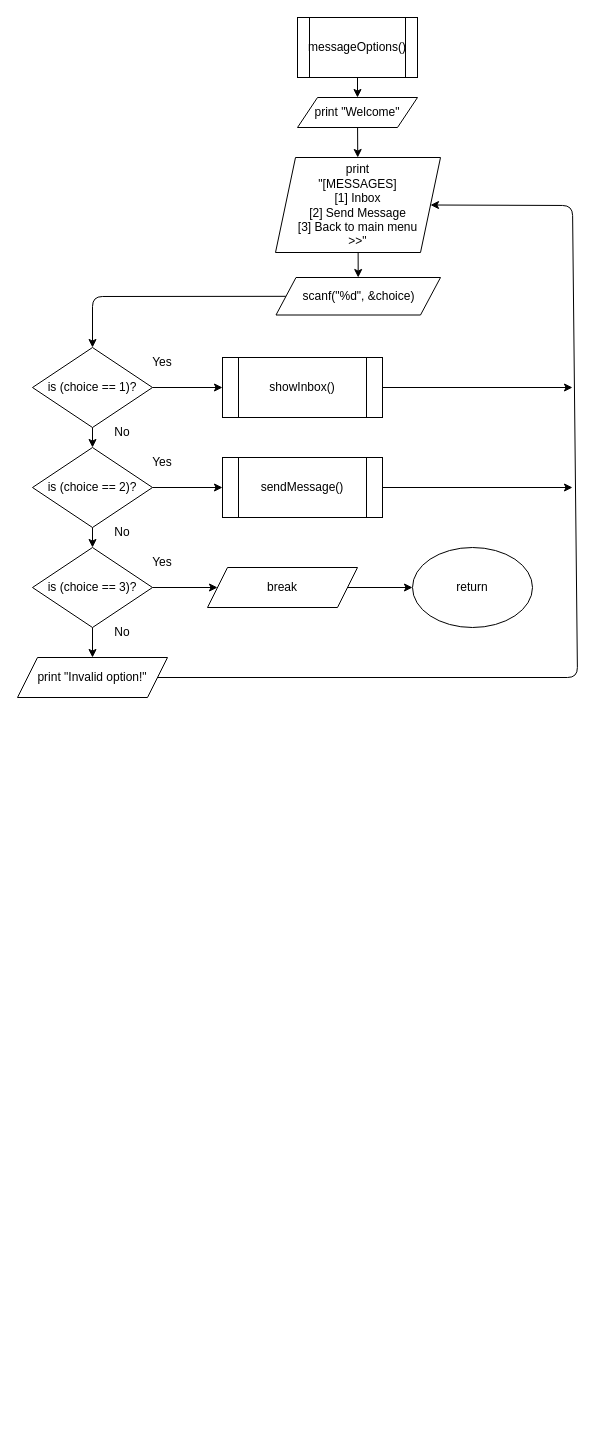
This is page "Messaging Options" (5 of 5) of Orgranization Management/functions_flowchart.drawio from gelooooo-git/CMSC-18-Final-Project, a draw.io file, before an edit. Source tidied: cells renumbered, new cells numbered last; positions are measured from the earlier drawing's top-left corner, leaving out a move shared by most shapes. Both pictures are drawn from the tidied source at 100%, with x=0, y=0 at pixel (17, 17).
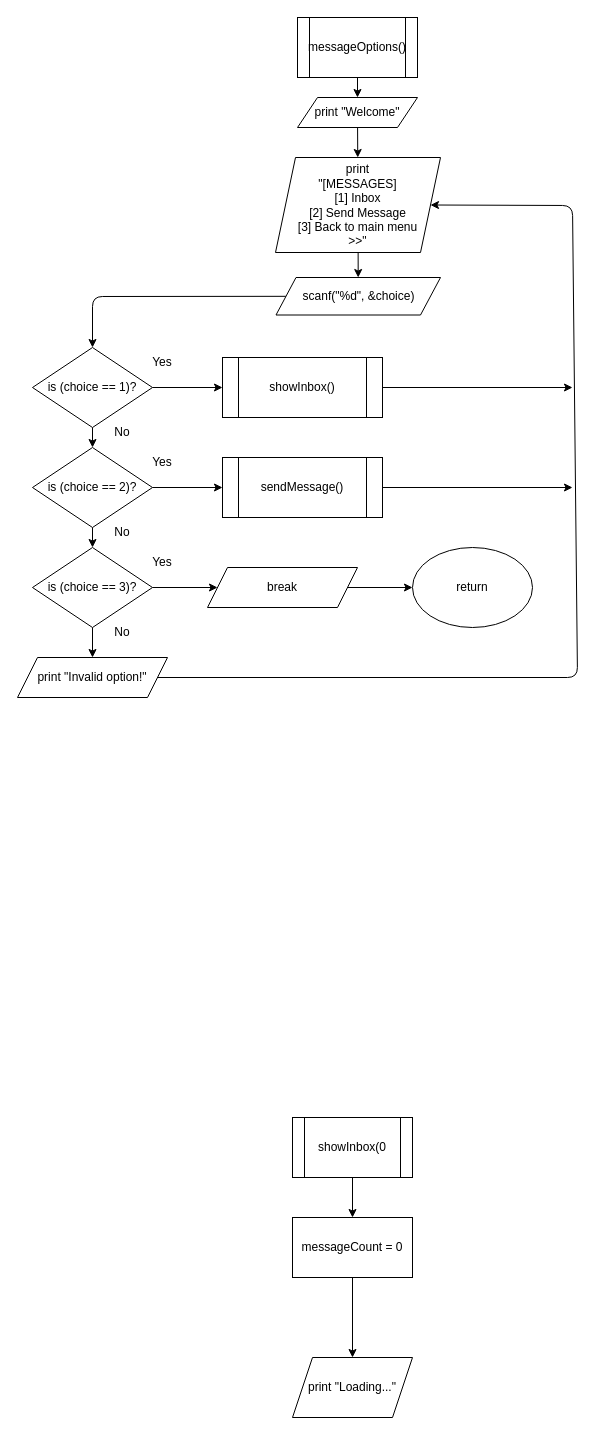
After the change.

The edit, as a diff of the source:
```diff
@@
+    <mxCell id="34" style="edgeStyle=none;html=1;" parent="1" edge="1" source="35" target="37">
+      <mxGeometry relative="1" as="geometry" />
+    </mxCell>
+    <mxCell id="35" value="showInbox(0" style="shape=process;whiteSpace=wrap;html=1;backgroundOutline=1;" parent="1" vertex="1">
+      <mxGeometry x="275" y="1100" width="120" height="60" as="geometry" />
+    </mxCell>
+    <mxCell id="36" style="edgeStyle=none;html=1;" parent="1" edge="1" source="37" target="38">
+      <mxGeometry relative="1" as="geometry" />
+    </mxCell>
+    <mxCell id="37" value="messageCount = 0" style="whiteSpace=wrap;html=1;" parent="1" vertex="1">
+      <mxGeometry x="275" y="1200" width="120" height="60" as="geometry" />
+    </mxCell>
+    <mxCell id="38" value="print &quot;Loading...&quot;" style="shape=parallelogram;perimeter=parallelogramPerimeter;whiteSpace=wrap;html=1;fixedSize=1;" parent="1" vertex="1">
+      <mxGeometry x="275" y="1340" width="120" height="60" as="geometry" />
+    </mxCell>
```
